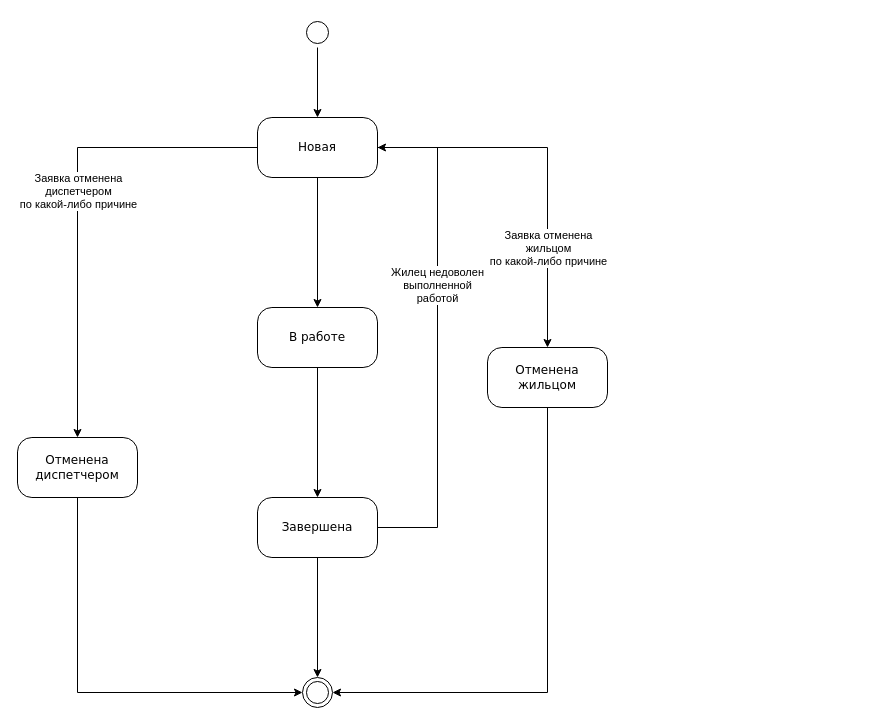
This is state.drawio from iamquoz/essen, a draw.io file, before an edit. Source tidied: cells renumbered, new cells numbered last; positions are measured from the earlier drawing's top-left corner, leaving out a move shared by most shapes. Both pictures are drawn from the tidied source at 100%, with x=0, y=0 at pixel (17, 17).
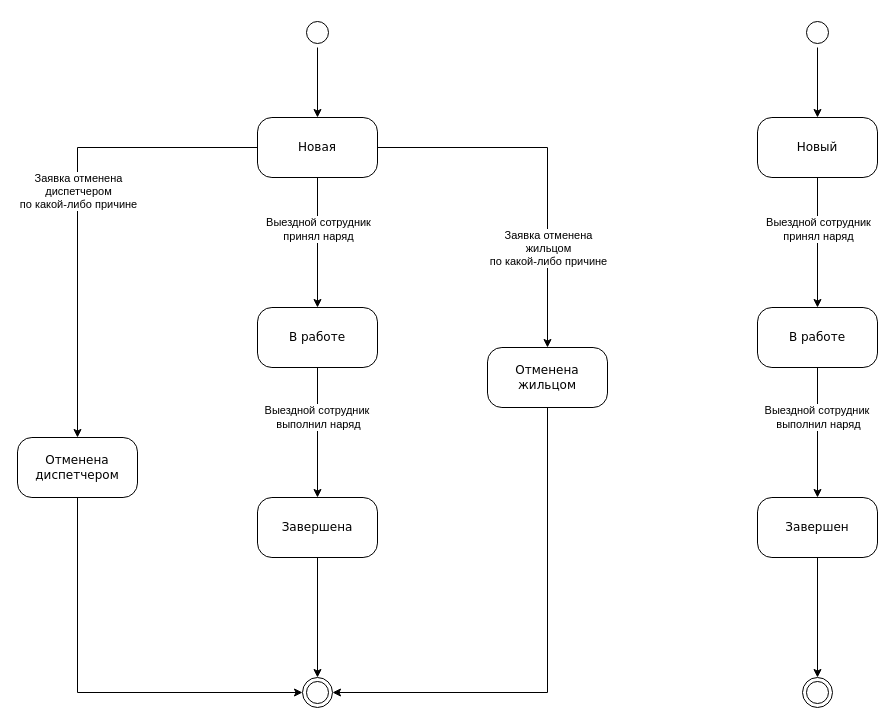
After the change.

The change refers to these unchanged cells:
```xml
<mxCell id="7" value="Завершена" style="rounded=1;whiteSpace=wrap;html=1;arcSize=24;shadow=0;comic=0;labelBackgroundColor=none;fontFamily=Verdana;fontSize=12;align=center;" parent="1" vertex="1">
  <mxGeometry x="240" y="480" width="120" height="60" as="geometry" />
</mxCell>
<mxCell id="11" style="edgeStyle=orthogonalEdgeStyle;rounded=0;jettySize=auto;html=1;entryX=0.5;entryY=0;entryDx=0;entryDy=0;" parent="1" edge="1" source="12" target="14">
  <mxGeometry relative="1" as="geometry" />
</mxCell>
<mxCell id="12" value="Новая" style="rounded=1;whiteSpace=wrap;html=1;arcSize=24;shadow=0;comic=0;labelBackgroundColor=none;fontFamily=Verdana;fontSize=12;align=center;" parent="1" vertex="1">
  <mxGeometry x="240" y="100" width="120" height="60" as="geometry" />
</mxCell>
<mxCell id="13" style="edgeStyle=orthogonalEdgeStyle;rounded=0;jettySize=auto;html=1;" parent="1" edge="1" source="14" target="7">
  <mxGeometry relative="1" as="geometry" />
</mxCell>
```

The edit, as a diff of the source:
```diff
@@
-    <mxCell id="4" style="edgeStyle=orthogonalEdgeStyle;rounded=0;jettySize=auto;html=1;entryX=1;entryY=0.5;entryDx=0;entryDy=0;" parent="1" edge="1" source="7" target="12">
-      <mxGeometry relative="1" as="geometry">
-        <Array as="points">
-          <mxPoint x="420" y="510" />
-          <mxPoint x="420" y="130" />
-        </Array>
-      </mxGeometry>
-    </mxCell>
-    <mxCell id="5" value="Жилец недоволен&lt;br&gt;выполненной&lt;br&gt;работой" style="edgeLabel;html=1;align=center;verticalAlign=middle;" parent="4" vertex="1">
-      <mxGeometry x="0.21" y="1" relative="1" as="geometry" />
-    </mxCell>
@@
+    <mxCell id="21" value="Выездной сотрудник&lt;br&gt;принял наряд" style="edgeLabel;html=1;align=center;verticalAlign=middle;" parent="11" vertex="1">
+      <mxGeometry x="-0.22" y="2" relative="1" as="geometry">
+        <mxPoint x="-2" as="offset" />
+      </mxGeometry>
+    </mxCell>
@@
+    <mxCell id="22" value="Выездной сотрудник&amp;nbsp;&lt;br&gt;выполнил наряд" style="edgeLabel;html=1;align=center;verticalAlign=middle;" parent="13" vertex="1">
+      <mxGeometry x="-0.25" y="2" relative="1" as="geometry">
+        <mxPoint x="-2" as="offset" />
+      </mxGeometry>
+    </mxCell>
@@
+    <mxCell id="23" style="edgeStyle=orthogonalEdgeStyle;rounded=0;jettySize=auto;html=1;entryX=0.5;entryY=0;entryDx=0;entryDy=0;" parent="1" edge="1" source="24" target="29">
+      <mxGeometry relative="1" as="geometry" />
+    </mxCell>
+    <mxCell id="24" style="ellipse;html=1;shape=startState;rounded=1;shadow=0;comic=0;labelBackgroundColor=none;fontFamily=Verdana;fontSize=12;align=center;direction=south;" parent="1" vertex="1">
+      <mxGeometry x="785" width="30" height="30" as="geometry" />
+    </mxCell>
+    <mxCell id="25" style="edgeStyle=orthogonalEdgeStyle;rounded=0;jettySize=auto;html=1;entryX=0.5;entryY=0;entryDx=0;entryDy=0;" parent="1" edge="1" source="26" target="33">
+      <mxGeometry relative="1" as="geometry" />
+    </mxCell>
+    <mxCell id="26" value="Завершен" style="rounded=1;whiteSpace=wrap;html=1;arcSize=24;shadow=0;comic=0;labelBackgroundColor=none;fontFamily=Verdana;fontSize=12;align=center;" parent="1" vertex="1">
+      <mxGeometry x="740" y="480" width="120" height="60" as="geometry" />
+    </mxCell>
+    <mxCell id="27" style="edgeStyle=orthogonalEdgeStyle;rounded=0;jettySize=auto;html=1;entryX=0.5;entryY=0;entryDx=0;entryDy=0;" parent="1" edge="1" source="29" target="32">
+      <mxGeometry relative="1" as="geometry" />
+    </mxCell>
+    <mxCell id="28" value="Выездной сотрудник&lt;br&gt;принял наряд" style="edgeLabel;html=1;align=center;verticalAlign=middle;" parent="27" vertex="1">
+      <mxGeometry x="-0.22" y="2" relative="1" as="geometry">
+        <mxPoint x="-2" as="offset" />
+      </mxGeometry>
+    </mxCell>
+    <mxCell id="29" value="Новый" style="rounded=1;whiteSpace=wrap;html=1;arcSize=24;shadow=0;comic=0;labelBackgroundColor=none;fontFamily=Verdana;fontSize=12;align=center;" parent="1" vertex="1">
+      <mxGeometry x="740" y="100" width="120" height="60" as="geometry" />
+    </mxCell>
+    <mxCell id="30" style="edgeStyle=orthogonalEdgeStyle;rounded=0;jettySize=auto;html=1;" parent="1" edge="1" source="32" target="26">
+      <mxGeometry relative="1" as="geometry" />
+    </mxCell>
+    <mxCell id="31" value="Выездной сотрудник&amp;nbsp;&lt;br&gt;выполнил наряд" style="edgeLabel;html=1;align=center;verticalAlign=middle;" parent="30" vertex="1">
+      <mxGeometry x="-0.25" y="2" relative="1" as="geometry">
+        <mxPoint x="-2" as="offset" />
+      </mxGeometry>
+    </mxCell>
+    <mxCell id="32" value="В работе" style="rounded=1;whiteSpace=wrap;html=1;arcSize=24;shadow=0;comic=0;labelBackgroundColor=none;fontFamily=Verdana;fontSize=12;align=center;" parent="1" vertex="1">
+      <mxGeometry x="740" y="290" width="120" height="60" as="geometry" />
+    </mxCell>
+    <mxCell id="33" style="ellipse;html=1;shape=endState;" parent="1" vertex="1">
+      <mxGeometry x="785" y="660" width="30" height="30" as="geometry" />
+    </mxCell>
```
